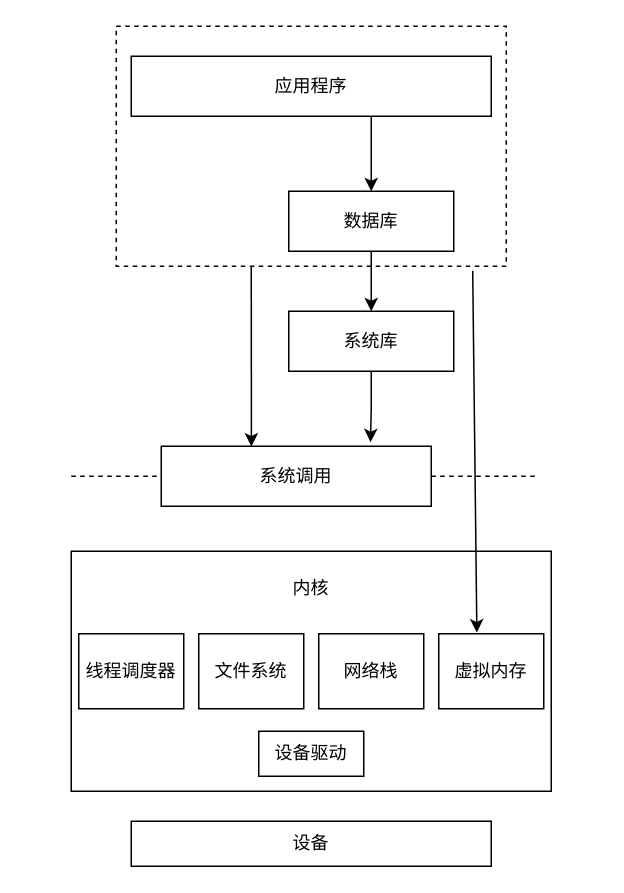
Before: OS_basic.drawio in wehyy/my-world, a draw.io diagram. Source tidied: cells renumbered, new cells numbered last; positions are measured from the earlier drawing's top-left corner, leaving out a move shared by most shapes. Both pictures are drawn from the tidied source at 150%, with x=0, y=0 at pixel (70, 26).
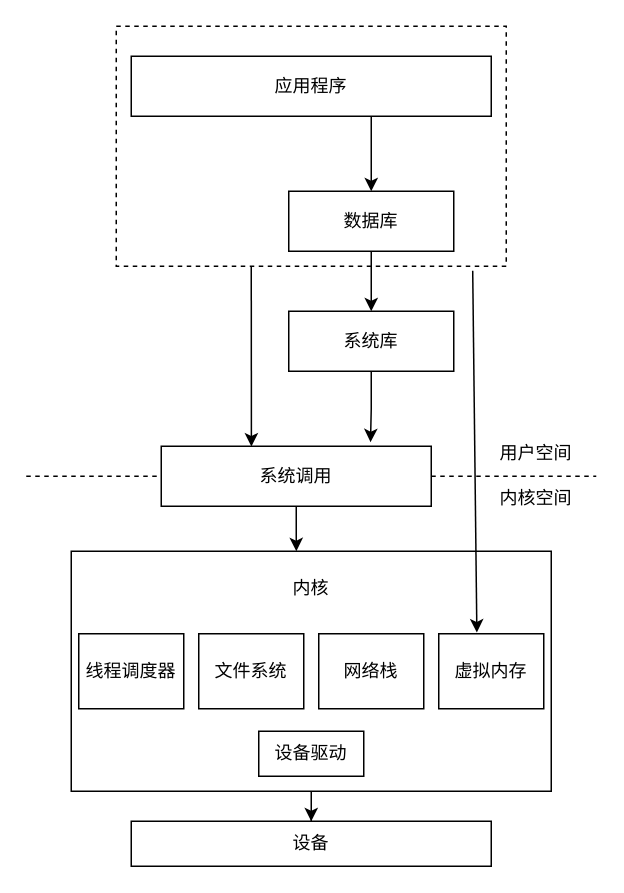
The same diagram, later.

The change refers to these unchanged cells:
```xml
<mxCell id="8" value="系统调用" style="whiteSpace=wrap;html=1;" parent="1" vertex="1">
  <mxGeometry x="60" y="280" width="180" height="40" as="geometry" />
</mxCell>
<mxCell id="11" style="whiteSpace=wrap;html=1;strokeColor=default;align=center;verticalAlign=middle;fontFamily=Helvetica;fontSize=12;fontColor=default;fillColor=default;" parent="1" vertex="1">
  <mxGeometry y="350" width="320" height="160" as="geometry" />
</mxCell>
<mxCell id="18" value="设备" style="whiteSpace=wrap;html=1;strokeColor=default;align=center;verticalAlign=middle;fontFamily=Helvetica;fontSize=12;fontColor=default;fillColor=default;" parent="1" vertex="1">
  <mxGeometry x="40" y="530" width="240" height="30" as="geometry" />
</mxCell>
```

The edit, as a diff of the source:
```diff
@@
     <mxCell id="2" style="endArrow=none;dashed=1;html=1;rounded=0;fontFamily=Helvetica;fontSize=12;fontColor=default;" parent="1" edge="1">
       <mxGeometry relative="1" as="geometry">
-        <mxPoint y="300" as="sourcePoint" />
-        <mxPoint x="310" y="300" as="targetPoint" />
+        <mxPoint x="-30" y="300" as="sourcePoint" />
+        <mxPoint x="350" y="300" as="targetPoint" />
       </mxGeometry>
     </mxCell>
@@
+    <mxCell id="21" style="edgeStyle=orthogonalEdgeStyle;rounded=0;jettySize=auto;html=1;entryX=0.5;entryY=0;entryDx=0;entryDy=0;fontFamily=Helvetica;fontSize=12;fontColor=default;" parent="1" edge="1" source="11" target="18">
+      <mxGeometry relative="1" as="geometry" />
+    </mxCell>
@@
+    <mxCell id="22" value="用户空间" style="text;strokeColor=none;align=center;fillColor=none;html=1;verticalAlign=middle;whiteSpace=wrap;rounded=0;fontSize=12;fontFamily=Helvetica;fontColor=default;" parent="1" vertex="1">
+      <mxGeometry x="280" y="270" width="60" height="30" as="geometry" />
+    </mxCell>
+    <mxCell id="23" value="内核空间" style="text;strokeColor=none;align=center;fillColor=none;html=1;verticalAlign=middle;whiteSpace=wrap;rounded=0;fontSize=12;fontFamily=Helvetica;fontColor=default;" parent="1" vertex="1">
+      <mxGeometry x="280" y="300" width="60" height="30" as="geometry" />
+    </mxCell>
+    <mxCell id="24" style="edgeStyle=orthogonalEdgeStyle;rounded=0;jettySize=auto;html=1;entryX=0.469;entryY=0;entryDx=0;entryDy=0;entryPerimeter=0;fontFamily=Helvetica;fontSize=12;fontColor=default;" parent="1" edge="1" source="8" target="11">
+      <mxGeometry relative="1" as="geometry" />
+    </mxCell>
```
